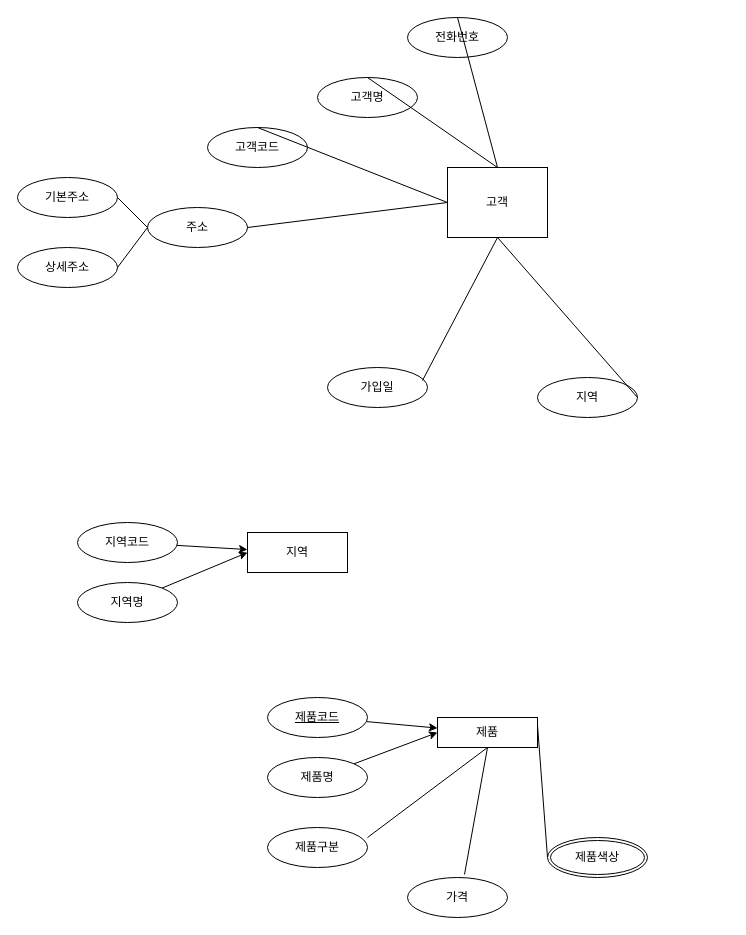
Before: 제목 없는 다이어그램.drawio in webster94/erd, a draw.io diagram. Source tidied: cells renumbered, new cells numbered last; positions are measured from the earlier drawing's top-left corner, leaving out a move shared by most shapes. Both pictures are drawn from the tidied source at 100%, with x=0, y=0 at pixel (17, 17).
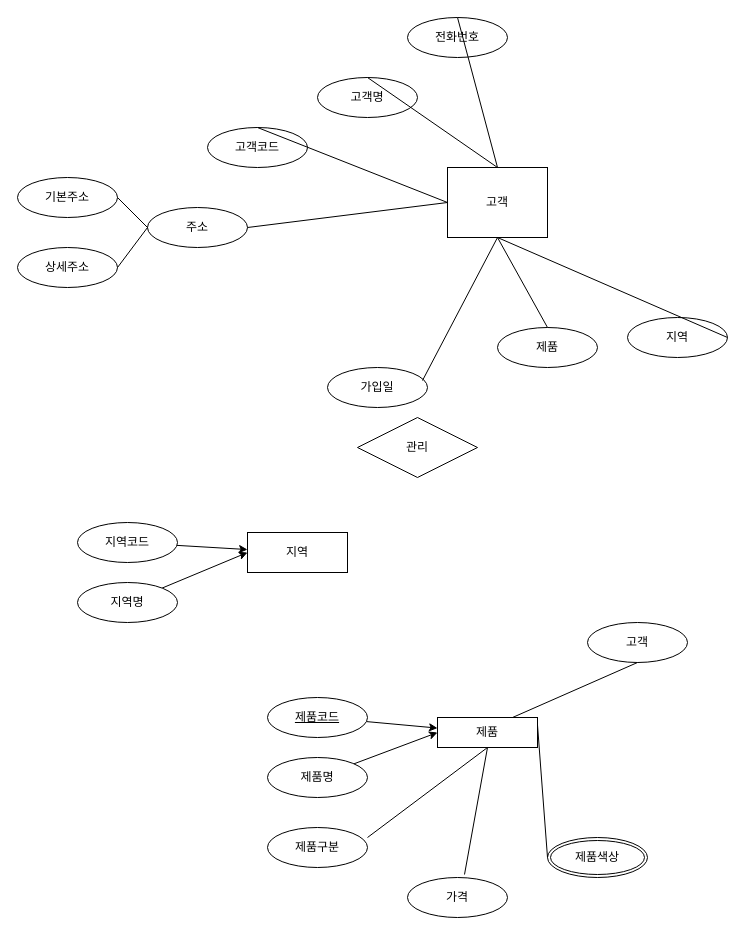
The same diagram, later.

Commit message:
제목 없는 다이어그램.drawio 업데이트

The change refers to these unchanged cells:
```xml
<mxCell id="2" value="고객" style="whiteSpace=wrap;html=1;align=center;" parent="1" vertex="1">
  <mxGeometry x="430" y="150" width="100" height="70" as="geometry" />
</mxCell>
<mxCell id="24" value="제품" style="whiteSpace=wrap;html=1;align=center;" parent="1" vertex="1">
  <mxGeometry x="420" y="700" width="100" height="30" as="geometry" />
</mxCell>
```

Diff of the diagram source:
```diff
@@
     <mxCell id="16" value="지역" style="ellipse;whiteSpace=wrap;html=1;align=center;" parent="1" vertex="1">
-      <mxGeometry x="520" y="360" width="100" height="40" as="geometry" />
+      <mxGeometry x="610" y="300" width="100" height="40" as="geometry" />
     </mxCell>
@@
+    <mxCell id="35" value="제품" style="ellipse;whiteSpace=wrap;html=1;align=center;" parent="1" vertex="1">
+      <mxGeometry x="480" y="310" width="100" height="40" as="geometry" />
+    </mxCell>
+    <mxCell id="36" style="endArrow=none;html=1;rounded=0;exitX=0.5;exitY=1;exitDx=0;exitDy=0;entryX=0.5;entryY=0;entryDx=0;entryDy=0;" parent="1" edge="1" source="2" target="35">
+      <mxGeometry relative="1" as="geometry" />
+    </mxCell>
+    <mxCell id="37" value="고객" style="ellipse;whiteSpace=wrap;html=1;align=center;" parent="1" vertex="1">
+      <mxGeometry x="570" y="605" width="100" height="40" as="geometry" />
+    </mxCell>
+    <mxCell id="38" style="endArrow=none;html=1;rounded=0;exitX=0.5;exitY=1;exitDx=0;exitDy=0;entryX=0.75;entryY=0;entryDx=0;entryDy=0;" parent="1" edge="1" source="37" target="24">
+      <mxGeometry relative="1" as="geometry" />
+    </mxCell>
+    <mxCell id="39" value="관리" style="shape=rhombus;perimeter=rhombusPerimeter;whiteSpace=wrap;html=1;align=center;" parent="1" vertex="1">
+      <mxGeometry x="340" y="400" width="120" height="60" as="geometry" />
+    </mxCell>
```
